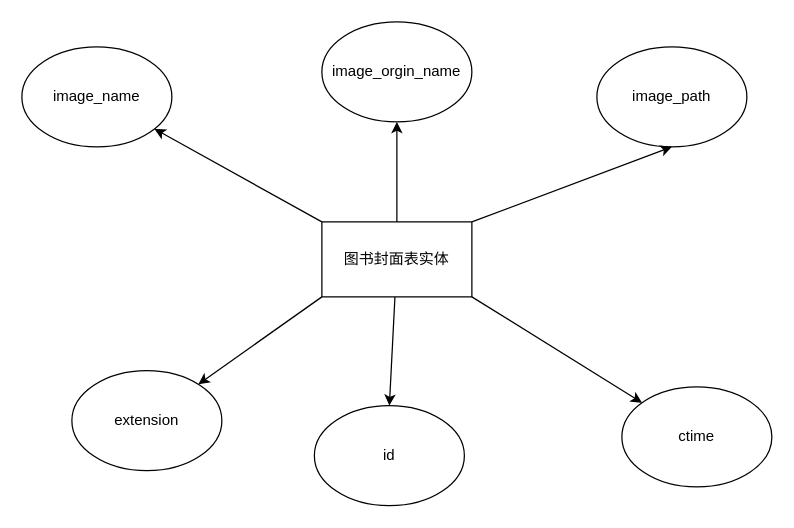
Earlier version of the draw.io diagram database/book_image.drawio (xiaohei7529/bms). Source tidied: cells renumbered, new cells numbered last; positions are measured from the earlier drawing's top-left corner, leaving out a move shared by most shapes. Both pictures are drawn from the tidied source at 125%, with x=0, y=0 at pixel (21, 21).
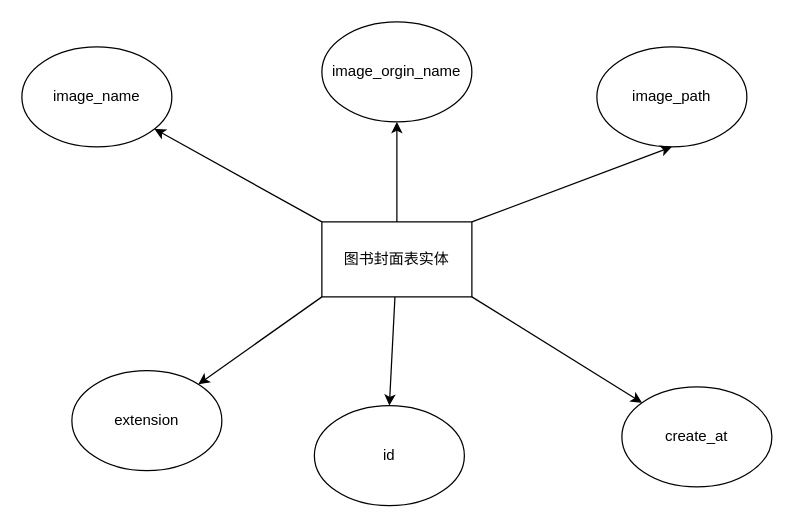
Above is the later version.

What changed in the source:
```diff
@@
 <mxGraphModel>
   <root>
     <mxCell id="0" />
     <mxCell id="1" parent="0" />
     <mxCell id="2" style="edgeStyle=none;html=1;entryX=0.5;entryY=0;entryDx=0;entryDy=0;" parent="1" edge="1" source="3" target="14">
       <mxGeometry relative="1" as="geometry" />
     </mxCell>
     <mxCell id="3" value="图书封面表实体" style="rounded=0;whiteSpace=wrap;html=1;" parent="1" vertex="1">
       <mxGeometry x="240" y="160" width="120" height="60" as="geometry" />
     </mxCell>
     <mxCell id="4" value="image_name" style="ellipse;whiteSpace=wrap;html=1;" parent="1" vertex="1">
       <mxGeometry y="20" width="120" height="80" as="geometry" />
     </mxCell>
     <mxCell id="5" value="image_orgin_name" style="ellipse;whiteSpace=wrap;html=1;" parent="1" vertex="1">
       <mxGeometry x="240" width="120" height="80" as="geometry" />
     </mxCell>
     <mxCell id="6" value="image_path" style="ellipse;whiteSpace=wrap;html=1;" parent="1" vertex="1">
       <mxGeometry x="460" y="20" width="120" height="80" as="geometry" />
     </mxCell>
     <mxCell id="7" value="extension" style="ellipse;whiteSpace=wrap;html=1;" parent="1" vertex="1">
       <mxGeometry x="40" y="279" width="120" height="80" as="geometry" />
     </mxCell>
-    <mxCell id="8" value="ctime" style="ellipse;whiteSpace=wrap;html=1;" parent="1" vertex="1">
+    <mxCell id="8" value="create_at" style="ellipse;whiteSpace=wrap;html=1;" parent="1" vertex="1">
       <mxGeometry x="480" y="292" width="120" height="80" as="geometry" />
     </mxCell>
     <mxCell id="9" style="endArrow=classic;html=1;exitX=0;exitY=0;exitDx=0;exitDy=0;" parent="1" edge="1" source="3" target="4">
       <mxGeometry relative="1" as="geometry" />
     </mxCell>
     <mxCell id="10" style="endArrow=classic;html=1;entryX=0.5;entryY=1;entryDx=0;entryDy=0;exitX=0.5;exitY=0;exitDx=0;exitDy=0;" parent="1" edge="1" source="3" target="5">
       <mxGeometry relative="1" as="geometry" />
     </mxCell>
     <mxCell id="11" style="endArrow=classic;html=1;entryX=0.5;entryY=1;entryDx=0;entryDy=0;exitX=1;exitY=0;exitDx=0;exitDy=0;" parent="1" edge="1" source="3" target="6">
       <mxGeometry relative="1" as="geometry" />
     </mxCell>
     <mxCell id="12" style="endArrow=classic;html=1;exitX=0;exitY=1;exitDx=0;exitDy=0;" parent="1" edge="1" source="3" target="7">
       <mxGeometry relative="1" as="geometry" />
     </mxCell>
     <mxCell id="13" style="endArrow=classic;html=1;exitX=1;exitY=1;exitDx=0;exitDy=0;" parent="1" edge="1" source="3" target="8">
       <mxGeometry relative="1" as="geometry" />
     </mxCell>
     <mxCell id="14" value="id" style="ellipse;whiteSpace=wrap;html=1;" parent="1" vertex="1">
       <mxGeometry x="234" y="307" width="120" height="80" as="geometry" />
     </mxCell>
   </root>
 </mxGraphModel>
```
